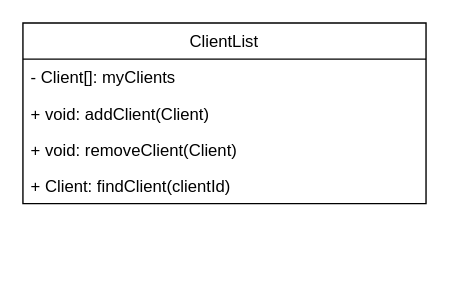
Above: Project_1/Class_Diagrams/ClientList.drawio in chrismd2/CSci-430-Group-11 (draw.io), before the change. Source tidied: cells renumbered, new cells numbered last; positions are measured from the earlier drawing's top-left corner, leaving out a move shared by most shapes. Both pictures are drawn from the tidied source at 139%, with x=0, y=0 at pixel (22, 22).
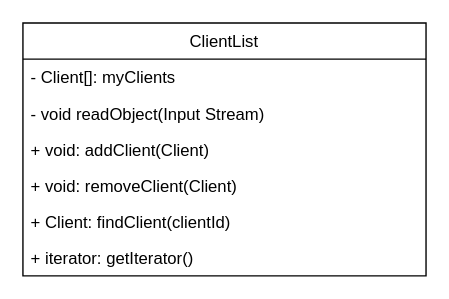
The same page after the edit.

What changed in the source:
```diff
@@
 <mxGraphModel>
   <root>
     <mxCell id="0" />
     <mxCell id="1" parent="0" />
     <mxCell id="2" value="ClientList" style="swimlane;fontStyle=0;horizontal=1;startSize=26;fillColor=none;" parent="1" vertex="1">
-      <mxGeometry width="290" height="130" as="geometry" />
+      <mxGeometry width="290" height="182" as="geometry" />
     </mxCell>
     <mxCell id="3" value="- Client[]: myClients" style="text;strokeColor=none;fillColor=none;align=left;verticalAlign=top;spacingLeft=4;spacingRight=4;overflow=hidden;" parent="2" vertex="1">
       <mxGeometry y="26" width="290" height="26" as="geometry" />
     </mxCell>
+    <mxCell id="7" value="- void readObject(Input Stream)" style="text;strokeColor=none;fillColor=none;align=left;verticalAlign=top;spacingLeft=4;spacingRight=4;overflow=hidden;" parent="2" vertex="1">
+      <mxGeometry y="52" width="290" height="26" as="geometry" />
+    </mxCell>
     <mxCell id="4" value="+ void: addClient(Client)" style="text;strokeColor=none;fillColor=none;align=left;verticalAlign=top;spacingLeft=4;spacingRight=4;overflow=hidden;" parent="2" vertex="1">
-      <mxGeometry y="52" width="290" height="26" as="geometry" />
+      <mxGeometry y="78" width="290" height="26" as="geometry" />
     </mxCell>
     <mxCell id="5" value="+ void: removeClient(Client)" style="text;strokeColor=none;fillColor=none;align=left;verticalAlign=top;spacingLeft=4;spacingRight=4;overflow=hidden;" parent="2" vertex="1">
-      <mxGeometry y="78" width="290" height="26" as="geometry" />
+      <mxGeometry y="104" width="290" height="26" as="geometry" />
     </mxCell>
     <mxCell id="6" value="+ Client: findClient(clientId)" style="text;strokeColor=none;fillColor=none;align=left;verticalAlign=top;spacingLeft=4;spacingRight=4;overflow=hidden;" parent="2" vertex="1">
-      <mxGeometry y="104" width="290" height="26" as="geometry" />
+      <mxGeometry y="130" width="290" height="26" as="geometry" />
     </mxCell>
+    <mxCell id="8" value="+ iterator: getIterator()" style="text;strokeColor=none;fillColor=none;align=left;verticalAlign=top;spacingLeft=4;spacingRight=4;overflow=hidden;" parent="2" vertex="1">
+      <mxGeometry y="156" width="290" height="26" as="geometry" />
+    </mxCell>
   </root>
 </mxGraphModel>
```
